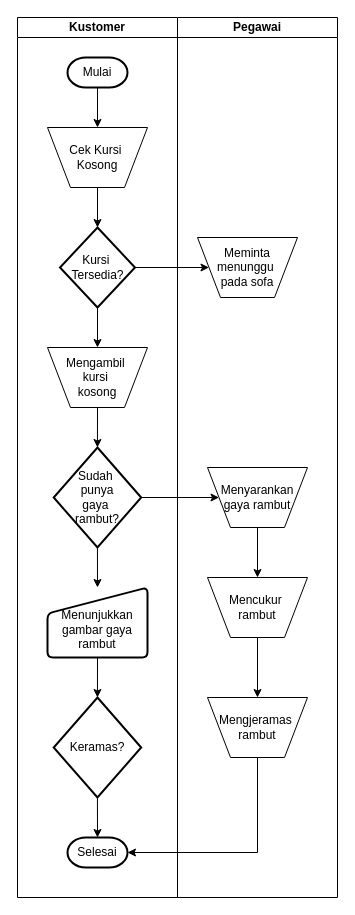
This is Document Flow Barbershop.drawio from yogadwipayana/ERD, a draw.io file, before an edit. Source tidied: cells renumbered, new cells numbered last; positions are measured from the earlier drawing's top-left corner, leaving out a move shared by most shapes. Both pictures are drawn from the tidied source at 100%, with x=0, y=0 at pixel (17, 17).
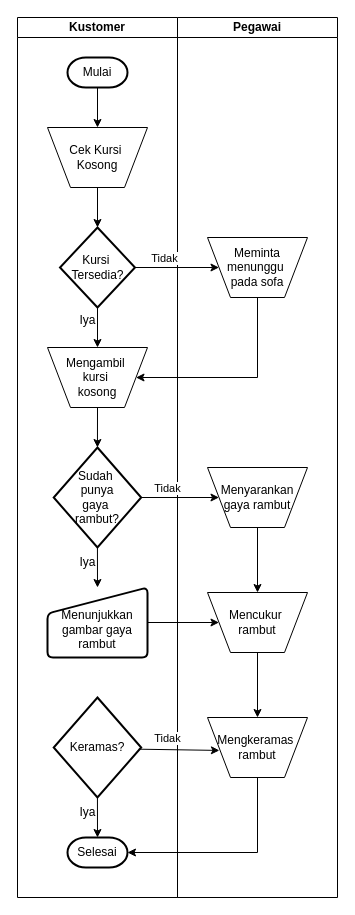
The same diagram, later.

Commit message:
Potong Rambut

The change refers to these unchanged cells:
```xml
<mxCell id="2" value="Kustomer" style="swimlane;startSize=20;whiteSpace=wrap;html=1;" parent="1" vertex="1">
  <mxGeometry width="160" height="880" as="geometry" />
</mxCell>
<mxCell id="8" value="Pegawai" style="swimlane;startSize=20;whiteSpace=wrap;html=1;" parent="1" vertex="1">
  <mxGeometry x="160" width="160" height="880" as="geometry" />
</mxCell>
<mxCell id="10" value="Menyarankan gaya rambut" style="verticalLabelPosition=middle;verticalAlign=middle;html=1;shape=trapezoid;perimeter=trapezoidPerimeter;whiteSpace=wrap;size=0.23;arcSize=10;flipV=1;labelPosition=center;align=center;" parent="8" vertex="1">
  <mxGeometry x="30" y="450" width="100" height="60" as="geometry" />
</mxCell>
<mxCell id="11" value="Mengambil&amp;nbsp;&lt;div&gt;kursi&amp;nbsp;&lt;/div&gt;&lt;div&gt;kosong&lt;/div&gt;" style="verticalLabelPosition=middle;verticalAlign=middle;html=1;shape=trapezoid;perimeter=trapezoidPerimeter;whiteSpace=wrap;size=0.23;arcSize=10;flipV=1;labelPosition=center;align=center;" parent="1" vertex="1">
  <mxGeometry x="30" y="330" width="100" height="60" as="geometry" />
</mxCell>
<mxCell id="13" value="&lt;div&gt;&lt;br&gt;&lt;/div&gt;Menunjukkan gambar gaya rambut" style="html=1;strokeWidth=2;shape=manualInput;whiteSpace=wrap;rounded=1;size=26;arcSize=11;" parent="1" vertex="1">
  <mxGeometry x="30" y="570" width="100" height="70" as="geometry" />
</mxCell>
<mxCell id="15" value="Keramas?" style="strokeWidth=2;html=1;shape=mxgraph.flowchart.decision;whiteSpace=wrap;" parent="1" vertex="1">
  <mxGeometry x="36.2" y="680" width="87.5" height="100" as="geometry" />
</mxCell>
<mxCell id="21" style="endArrow=classic;html=1;rounded=0;exitX=1;exitY=0.5;exitDx=0;exitDy=0;exitPerimeter=0;entryX=0;entryY=0.5;entryDx=0;entryDy=0;" parent="1" edge="1" source="5" target="9">
  <mxGeometry relative="1" as="geometry" />
</mxCell>
```

The edit, as a diff of the source:
```diff
@@
+    <mxCell id="28" value="Iya" style="text;html=1;align=center;verticalAlign=middle;strokeColor=none;fillColor=none;" parent="2" vertex="1">
+      <mxGeometry x="50" y="530" width="40" height="30" as="geometry" />
+    </mxCell>
+    <mxCell id="29" value="Iya" style="text;html=1;align=center;verticalAlign=middle;strokeColor=none;fillColor=none;" parent="2" vertex="1">
+      <mxGeometry x="50" y="780" width="40" height="30" as="geometry" />
+    </mxCell>
@@
     <mxCell id="9" value="Meminta menunggu&amp;nbsp;&lt;div&gt;pada sofa&lt;/div&gt;" style="verticalLabelPosition=middle;verticalAlign=middle;html=1;shape=trapezoid;perimeter=trapezoidPerimeter;whiteSpace=wrap;size=0.23;arcSize=10;flipV=1;labelPosition=center;align=center;" parent="8" vertex="1">
-      <mxGeometry x="20" y="220" width="100" height="60" as="geometry" />
+      <mxGeometry x="30" y="220" width="100" height="60" as="geometry" />
     </mxCell>
@@
+    <mxCell id="17" value="Mengkeramas&amp;nbsp;&lt;div&gt;rambut&lt;/div&gt;" style="verticalLabelPosition=middle;verticalAlign=middle;html=1;shape=trapezoid;perimeter=trapezoidPerimeter;whiteSpace=wrap;size=0.23;arcSize=10;flipV=1;labelPosition=center;align=center;" parent="8" vertex="1">
+      <mxGeometry x="30" y="700" width="100" height="60" as="geometry" />
+    </mxCell>
+    <mxCell id="14" value="Mencukur&amp;nbsp;&lt;div&gt;rambut&lt;/div&gt;" style="verticalLabelPosition=middle;verticalAlign=middle;html=1;shape=trapezoid;perimeter=trapezoidPerimeter;whiteSpace=wrap;size=0.23;arcSize=10;flipV=1;labelPosition=center;align=center;" parent="8" vertex="1">
+      <mxGeometry x="30" y="575" width="100" height="60" as="geometry" />
+    </mxCell>
+    <mxCell id="24" style="endArrow=classic;html=1;rounded=0;exitX=0.5;exitY=1;exitDx=0;exitDy=0;entryX=0.5;entryY=0;entryDx=0;entryDy=0;" parent="8" edge="1" source="10" target="14">
+      <mxGeometry relative="1" as="geometry" />
+    </mxCell>
+    <mxCell id="26" style="endArrow=classic;html=1;rounded=0;exitX=0.5;exitY=1;exitDx=0;exitDy=0;entryX=0.5;entryY=0;entryDx=0;entryDy=0;" parent="8" edge="1" source="14" target="17">
+      <mxGeometry relative="1" as="geometry" />
+    </mxCell>
@@
-    <mxCell id="14" value="Mencukur&amp;nbsp;&lt;div&gt;rambut&lt;/div&gt;" style="verticalLabelPosition=middle;verticalAlign=middle;html=1;shape=trapezoid;perimeter=trapezoidPerimeter;whiteSpace=wrap;size=0.23;arcSize=10;flipV=1;labelPosition=center;align=center;" parent="1" vertex="1">
-      <mxGeometry x="190" y="560" width="100" height="60" as="geometry" />
-    </mxCell>
@@
-    <mxCell id="17" value="Mengjeramas&amp;nbsp;&lt;div&gt;rambut&lt;/div&gt;" style="verticalLabelPosition=middle;verticalAlign=middle;html=1;shape=trapezoid;perimeter=trapezoidPerimeter;whiteSpace=wrap;size=0.23;arcSize=10;flipV=1;labelPosition=center;align=center;" parent="1" vertex="1">
-      <mxGeometry x="190" y="680" width="100" height="60" as="geometry" />
-    </mxCell>
@@
-    <mxCell id="20" style="endArrow=classic;html=1;rounded=0;exitX=0.5;exitY=1;exitDx=0;exitDy=0;entryX=0.5;entryY=0;entryDx=0;entryDy=0;entryPerimeter=0;" parent="1" edge="1" source="13" target="15">
+    <mxCell id="20" style="endArrow=classic;html=1;rounded=0;exitX=1;exitY=0.5;exitDx=0;exitDy=0;entryX=0;entryY=0.5;entryDx=0;entryDy=0;" parent="1" edge="1" source="13" target="14">
       <mxGeometry relative="1" as="geometry" />
     </mxCell>
@@
+    <mxCell id="30" value="Tidak" style="edgeLabel;html=1;align=center;verticalAlign=middle;" parent="21" vertex="1">
+      <mxGeometry x="-0.31" relative="1" as="geometry">
+        <mxPoint y="-10" as="offset" />
+      </mxGeometry>
+    </mxCell>
+    <mxCell id="31" value="Tidak" style="edgeLabel;html=1;align=center;verticalAlign=middle;" parent="21" vertex="1">
+      <mxGeometry x="-0.31" relative="1" as="geometry">
+        <mxPoint x="3" y="220" as="offset" />
+      </mxGeometry>
+    </mxCell>
+    <mxCell id="32" value="Tidak" style="edgeLabel;html=1;align=center;verticalAlign=middle;" parent="21" vertex="1">
+      <mxGeometry x="-0.31" relative="1" as="geometry">
+        <mxPoint x="3" y="470" as="offset" />
+      </mxGeometry>
+    </mxCell>
@@
-    <mxCell id="24" style="endArrow=classic;html=1;rounded=0;exitX=0.5;exitY=1;exitDx=0;exitDy=0;entryX=0.5;entryY=0;entryDx=0;entryDy=0;" parent="1" edge="1" source="10" target="14">
-      <mxGeometry relative="1" as="geometry" />
-    </mxCell>
@@
-    <mxCell id="26" style="endArrow=classic;html=1;rounded=0;exitX=0.5;exitY=1;exitDx=0;exitDy=0;entryX=0.5;entryY=0;entryDx=0;entryDy=0;" parent="1" edge="1" source="14" target="17">
-      <mxGeometry relative="1" as="geometry" />
-    </mxCell>
@@
+    <mxCell id="33" style="endArrow=classic;html=1;rounded=0;exitX=0.5;exitY=1;exitDx=0;exitDy=0;entryX=1;entryY=0.5;entryDx=0;entryDy=0;" parent="1" edge="1" source="9" target="11">
+      <mxGeometry relative="1" as="geometry">
+        <Array as="points">
+          <mxPoint x="240" y="360" />
+        </Array>
+      </mxGeometry>
+    </mxCell>
+    <mxCell id="34" value="Iya" style="text;html=1;align=center;verticalAlign=middle;strokeColor=none;fillColor=none;" parent="1" vertex="1">
+      <mxGeometry x="50" y="288" width="40" height="30" as="geometry" />
+    </mxCell>
+    <mxCell id="35" style="endArrow=classic;html=1;rounded=0;exitX=0.972;exitY=0.517;exitDx=0;exitDy=0;entryX=0.119;entryY=0.451;entryDx=0;entryDy=0;entryPerimeter=0;exitPerimeter=0;" parent="1" edge="1" source="15" target="17">
+      <mxGeometry relative="1" as="geometry" />
+    </mxCell>
```
